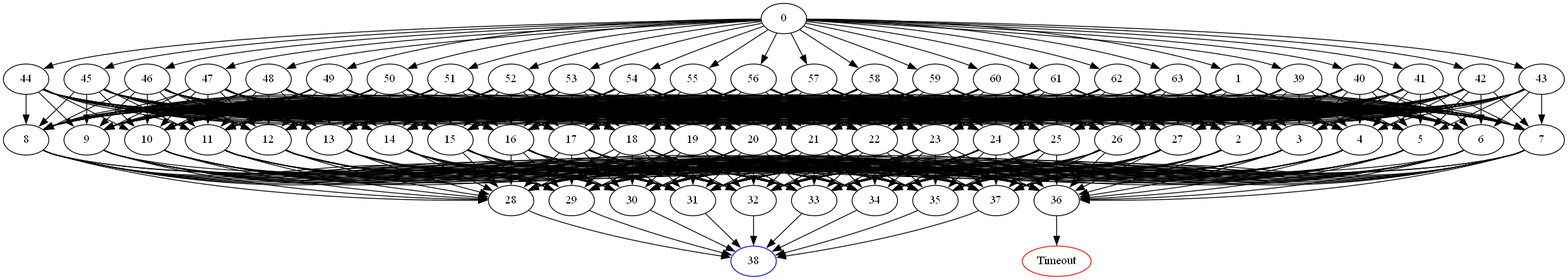
Earlier version of the Graphviz export DomainPicture/ey0v.05356.comdirected_graph.png (Asikl/MazeMapper). Its source is kept beside it as DomainPicture/ey0v.05356.comdirected_graph.dot.
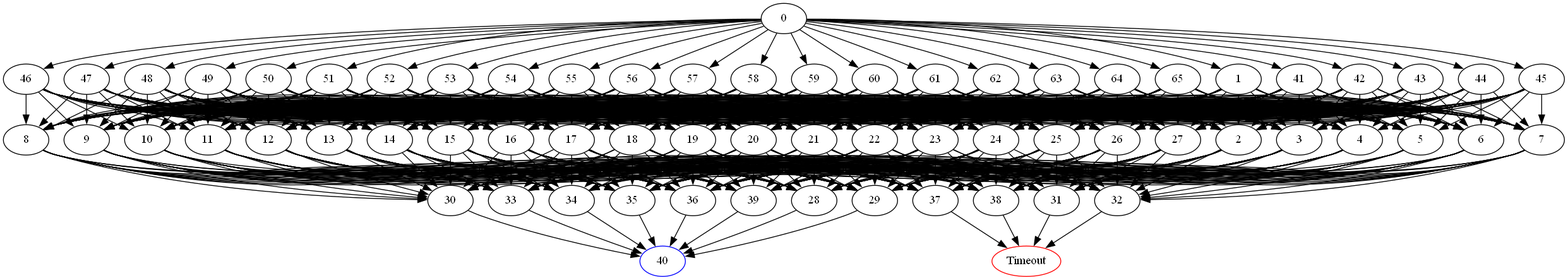
Above is the later version.

What changed in the source:
```diff
@@ -1,7 +1,5 @@
 digraph G {
 	0 -> 1;
-	0 -> 39;
-	0 -> 40;
 	0 -> 41;
 	0 -> 42;
 	0 -> 43;
@@ -25,6 +23,8 @@
 	0 -> 61;
 	0 -> 62;
 	0 -> 63;
+	0 -> 64;
+	0 -> 65;
 	1 -> 2;
 	1 -> 3;
 	1 -> 4;
@@ -61,6 +61,8 @@
 	2 -> 35;
 	2 -> 36;
 	2 -> 37;
+	2 -> 38;
+	2 -> 39;
 	3 -> 28;
 	3 -> 29;
 	3 -> 30;
@@ -71,6 +73,8 @@
 	3 -> 35;
 	3 -> 36;
 	3 -> 37;
+	3 -> 38;
+	3 -> 39;
 	4 -> 28;
 	4 -> 29;
 	4 -> 30;
@@ -81,6 +85,8 @@
 	4 -> 35;
 	4 -> 36;
 	4 -> 37;
+	4 -> 38;
+	4 -> 39;
 	5 -> 28;
 	5 -> 29;
 	5 -> 30;
@@ -91,6 +97,8 @@
 	5 -> 35;
 	5 -> 36;
 	5 -> 37;
+	5 -> 38;
+	5 -> 39;
 	6 -> 28;
 	6 -> 29;
 	6 -> 30;
@@ -101,6 +109,8 @@
 	6 -> 35;
 	6 -> 36;
 	6 -> 37;
+	6 -> 38;
+	6 -> 39;
 	7 -> 28;
 	7 -> 29;
 	7 -> 30;
@@ -111,6 +121,8 @@
 	7 -> 35;
 	7 -> 36;
 	7 -> 37;
+	7 -> 38;
+	7 -> 39;
 	8 -> 28;
 	8 -> 29;
 	8 -> 30;
@@ -121,6 +133,8 @@
 	8 -> 35;
 	8 -> 36;
 	8 -> 37;
+	8 -> 38;
+	8 -> 39;
 	9 -> 28;
 	9 -> 29;
 	9 -> 30;
@@ -131,6 +145,8 @@
 	9 -> 35;
 	9 -> 36;
 	9 -> 37;
+	9 -> 38;
+	9 -> 39;
 	10 -> 28;
 	10 -> 29;
 	10 -> 30;
@@ -141,6 +157,8 @@
 	10 -> 35;
 	10 -> 36;
 	10 -> 37;
+	10 -> 38;
+	10 -> 39;
 	11 -> 28;
 	11 -> 29;
 	11 -> 30;
@@ -151,6 +169,8 @@
 	11 -> 35;
 	11 -> 36;
 	11 -> 37;
+	11 -> 38;
+	11 -> 39;
 	12 -> 28;
 	12 -> 29;
 	12 -> 30;
@@ -161,6 +181,8 @@
 	12 -> 35;
 	12 -> 36;
 	12 -> 37;
+	12 -> 38;
+	12 -> 39;
 	13 -> 28;
 	13 -> 29;
 	13 -> 30;
@@ -171,6 +193,8 @@
 	13 -> 35;
 	13 -> 36;
 	13 -> 37;
+	13 -> 38;
+	13 -> 39;
 	14 -> 28;
 	14 -> 29;
 	14 -> 30;
@@ -181,6 +205,8 @@
 	14 -> 35;
 	14 -> 36;
 	14 -> 37;
+	14 -> 38;
+	14 -> 39;
 	15 -> 28;
 	15 -> 29;
 	15 -> 30;
@@ -191,6 +217,8 @@
 	15 -> 35;
 	15 -> 36;
 	15 -> 37;
+	15 -> 38;
+	15 -> 39;
 	16 -> 28;
 	16 -> 29;
 	16 -> 30;
@@ -201,6 +229,8 @@
 	16 -> 35;
 	16 -> 36;
 	16 -> 37;
+	16 -> 38;
+	16 -> 39;
 	17 -> 28;
 	17 -> 29;
 	17 -> 30;
@@ -211,6 +241,8 @@
 	17 -> 35;
 	17 -> 36;
 	17 -> 37;
+	17 -> 38;
+	17 -> 39;
 	18 -> 28;
 	18 -> 29;
 	18 -> 30;
@@ -221,6 +253,8 @@
 	18 -> 35;
 	18 -> 36;
 	18 -> 37;
+	18 -> 38;
+	18 -> 39;
 	19 -> 28;
 	19 -> 29;
 	19 -> 30;
@@ -231,6 +265,8 @@
 	19 -> 35;
 	19 -> 36;
 	19 -> 37;
+	19 -> 38;
+	19 -> 39;
 	20 -> 28;
 	20 -> 29;
 	20 -> 30;
@@ -241,6 +277,8 @@
 	20 -> 35;
 	20 -> 36;
 	20 -> 37;
+	20 -> 38;
+	20 -> 39;
 	21 -> 28;
 	21 -> 29;
 	21 -> 30;
@@ -251,6 +289,8 @@
 	21 -> 35;
 	21 -> 36;
 	21 -> 37;
+	21 -> 38;
+	21 -> 39;
 	22 -> 28;
 	22 -> 29;
 	22 -> 30;
@@ -261,6 +301,8 @@
 	22 -> 35;
 	22 -> 36;
 	22 -> 37;
+	22 -> 38;
+	22 -> 39;
 	23 -> 28;
 	23 -> 29;
 	23 -> 30;
@@ -271,6 +313,8 @@
 	23 -> 35;
 	23 -> 36;
 	23 -> 37;
+	23 -> 38;
+	23 -> 39;
 	24 -> 28;
 	24 -> 29;
 	24 -> 30;
@@ -281,6 +325,8 @@
 	24 -> 35;
 	24 -> 36;
 	24 -> 37;
+	24 -> 38;
+	24 -> 39;
 	25 -> 28;
 	25 -> 29;
 	25 -> 30;
@@ -291,6 +337,8 @@
 	25 -> 35;
 	25 -> 36;
 	25 -> 37;
+	25 -> 38;
+	25 -> 39;
 	26 -> 28;
 	26 -> 29;
 	26 -> 30;
@@ -301,6 +349,8 @@
 	26 -> 35;
 	26 -> 36;
 	26 -> 37;
+	26 -> 38;
+	26 -> 39;
 	27 -> 28;
 	27 -> 29;
 	27 -> 30;
@@ -311,78 +361,32 @@
 	27 -> 35;
 	27 -> 36;
 	27 -> 37;
-	28 -> "38";
-38 [color=blue];
-	29 -> "38";
-38 [color=blue];
-	30 -> "38";
-38 [color=blue];
-	31 -> "38";
-38 [color=blue];
-	32 -> "38";
-38 [color=blue];
-	33 -> "38";
-38 [color=blue];
-	34 -> "38";
-38 [color=blue];
-	35 -> "38";
-38 [color=blue];
-	36 -> "Timeout";
+	27 -> 38;
+	27 -> 39;
+	28 -> "40";
+40 [color=blue];
+	29 -> "40";
+40 [color=blue];
+	30 -> "40";
+40 [color=blue];
+	31 -> "Timeout";
 Timeout [color=red];
-	37 -> "38";
-38 [color=blue];
-	39 -> 2;
-	39 -> 3;
-	39 -> 4;
-	39 -> 5;
-	39 -> 6;
-	39 -> 7;
-	39 -> 8;
-	39 -> 9;
-	39 -> 10;
-	39 -> 11;
-	39 -> 12;
-	39 -> 13;
-	39 -> 14;
-	39 -> 15;
-	39 -> 16;
-	39 -> 17;
-	39 -> 18;
-	39 -> 19;
-	39 -> 20;
-	39 -> 21;
-	39 -> 22;
-	39 -> 23;
-	39 -> 24;
-	39 -> 25;
-	39 -> 26;
-	39 -> 27;
-	40 -> 2;
-	40 -> 3;
-	40 -> 4;
-	40 -> 5;
-	40 -> 6;
-	40 -> 7;
-	40 -> 8;
-	40 -> 9;
-	40 -> 10;
-	40 -> 11;
-	40 -> 12;
-	40 -> 13;
-	40 -> 14;
-	40 -> 15;
-	40 -> 16;
-	40 -> 17;
-	40 -> 18;
-	40 -> 19;
-	40 -> 20;
-	40 -> 21;
-	40 -> 22;
-	40 -> 23;
-	40 -> 24;
-	40 -> 25;
-	40 -> 26;
-	40 -> 27;
+	32 -> "Timeout";
+Timeout [color=red];
+	33 -> "40";
+40 [color=blue];
+	34 -> "40";
+40 [color=blue];
+	35 -> "40";
+40 [color=blue];
+	36 -> "40";
+40 [color=blue];
+	37 -> "Timeout";
+Timeout [color=red];
+	38 -> "Timeout";
+Timeout [color=red];
+	39 -> "40";
+40 [color=blue];
 	41 -> 2;
 	41 -> 3;
 	41 -> 4;
@@ -981,4 +985,56 @@
 	63 -> 25;
 	63 -> 26;
 	63 -> 27;
+	64 -> 2;
+	64 -> 3;
+	64 -> 4;
+	64 -> 5;
+	64 -> 6;
+	64 -> 7;
+	64 -> 8;
+	64 -> 9;
+	64 -> 10;
+	64 -> 11;
+	64 -> 12;
+	64 -> 13;
+	64 -> 14;
+	64 -> 15;
+	64 -> 16;
+	64 -> 17;
+	64 -> 18;
+	64 -> 19;
+	64 -> 20;
+	64 -> 21;
+	64 -> 22;
+	64 -> 23;
+	64 -> 24;
+	64 -> 25;
+	64 -> 26;
+	64 -> 27;
+	65 -> 2;
+	65 -> 3;
+	65 -> 4;
+	65 -> 5;
+	65 -> 6;
+	65 -> 7;
+	65 -> 8;
+	65 -> 9;
+	65 -> 10;
+	65 -> 11;
+	65 -> 12;
+	65 -> 13;
+	65 -> 14;
+	65 -> 15;
+	65 -> 16;
+	65 -> 17;
+	65 -> 18;
+	65 -> 19;
+	65 -> 20;
+	65 -> 21;
+	65 -> 22;
+	65 -> 23;
+	65 -> 24;
+	65 -> 25;
+	65 -> 26;
+	65 -> 27;
 }
```
